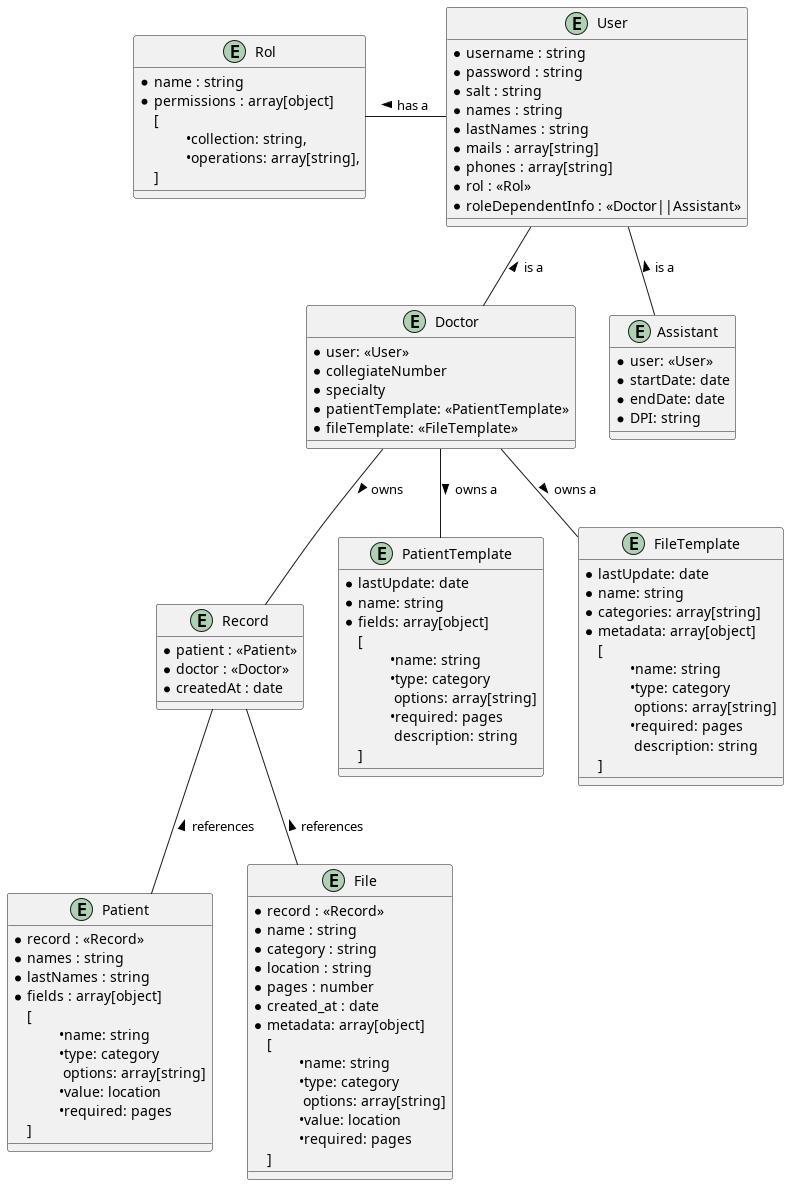
The PlantUML diagram Diagram/DB_Diagram.png in TherapistTrack/TherapistTrack-DB, before a commit.
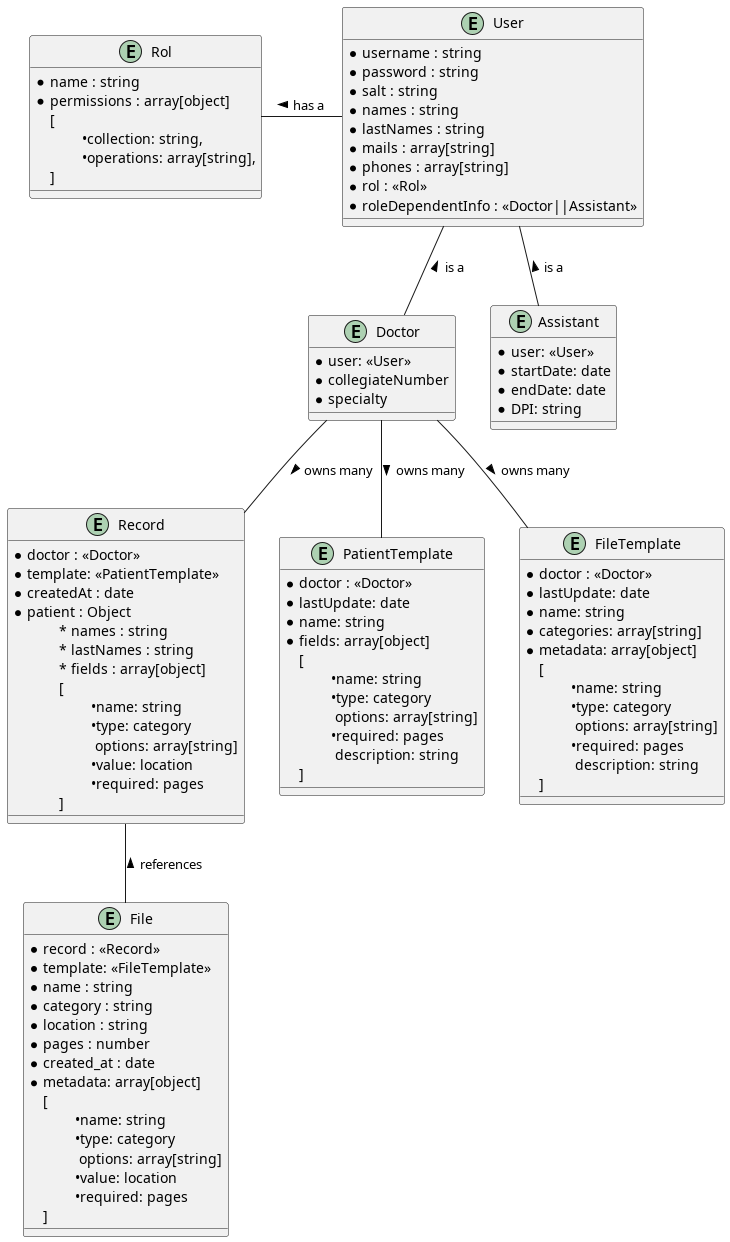
The same file after the commit.

Commit message:
feat: update database schema to support a doctor having many file and patient templates

Change to the diagram source:
```diff
@@ -25,8 +25,6 @@
     * user: <<User>>
     * collegiateNumber
     * specialty
-    * patientTemplate: <<PatientTemplate>>
-    * fileTemplate: <<FileTemplate>>
 }
 
 entity Assistant {
@@ -37,12 +35,25 @@
 }
 
 entity Record {
-    * patient : <<Patient>>
     * doctor : <<Doctor>>
+    * template: <<PatientTemplate>>
     * createdAt : date
+    * patient : Object
+    \t* names : string
+    \t* lastNames : string
+    \t* fields : array[object]
+    \t[
+        \t\t•name: string
+        \t\t•type: category
+        \t\t options: array[string]
+        \t\t•value: location
+        \t\t•required: pages
+    \t]
+
 }
 
 entity PatientTemplate {
+    * doctor : <<Doctor>>
     * lastUpdate: date
     * name: string
     * fields: array[object]
@@ -55,22 +66,8 @@
     ]
 }
 
-entity Patient {
-    * record : <<Record>>
-    * names : string
-    * lastNames : string
-    * fields : array[object]
-    [
-        \t•name: string
-        \t•type: category
-        \t options: array[string]
-        \t•value: location
-        \t•required: pages
-    ]
-
-}
-
 entity FileTemplate {
+    * doctor : <<Doctor>>
     * lastUpdate: date
     * name: string
     * categories: array[string]
@@ -86,6 +83,7 @@
 
 entity File {
     * record : <<Record>>
+    * template: <<FileTemplate>>
     * name : string
     * category : string
     * location : string
@@ -105,11 +103,10 @@
 User -d- Doctor : < is a
 User -d- Assistant : < is a
 
-Record -u- Doctor : < owns
+Record -u- Doctor : < owns many
 Record -- File  : < references
-Record -- Patient : < references
 
-Doctor -- FileTemplate : > owns a
-Doctor -- PatientTemplate : > owns a
+Doctor -- FileTemplate : > owns many
+Doctor -- PatientTemplate : > owns many
 
 @enduml
```
